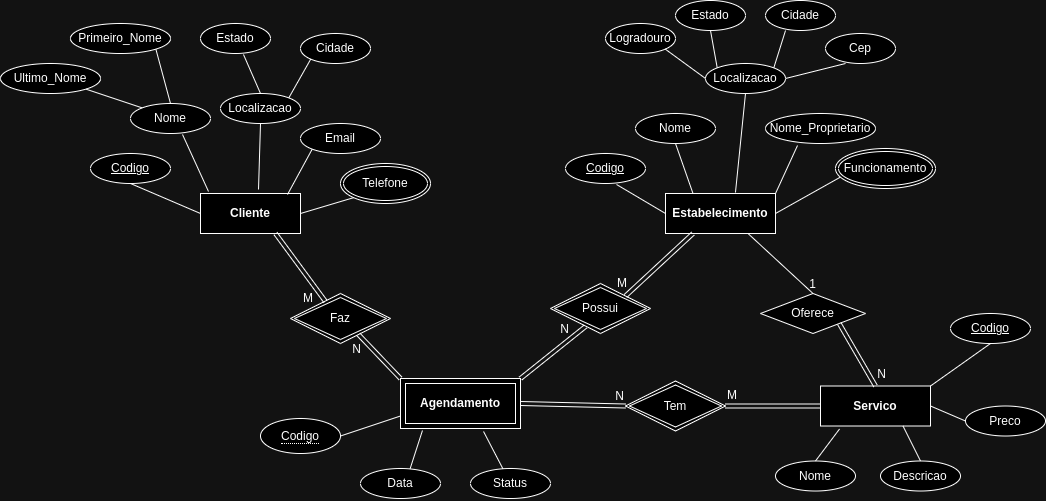
Earlier version of the draw.io export docs/img/barberease-modelo-er.png (ICEI-PUC-Minas-PMV-ADS/pmv-ads-2024-1-e2-proj-int-t9-pmv-ads-2024-1-e2-proj-barberease). Source tidied: cells renumbered, new cells last; positions are measured from the earlier drawing's top-left corner, leaving out a move shared by most shapes. Source of this version:
```xml
<mxGraphModel>
  <root>
    <mxCell id="0" />
    <mxCell id="1" parent="0" />
    <mxCell id="2" value="&lt;b&gt;Cliente&lt;/b&gt;" style="whiteSpace=wrap;html=1;align=center;" parent="1" vertex="1">
      <mxGeometry x="200" y="193" width="100" height="40" as="geometry" />
    </mxCell>
    <mxCell id="3" value="&lt;span style=&quot;font-weight: 700;&quot;&gt;Estabelecimento&lt;/span&gt;" style="whiteSpace=wrap;html=1;align=center;" parent="1" vertex="1">
      <mxGeometry x="665" y="193" width="110" height="40" as="geometry" />
    </mxCell>
    <mxCell id="4" value="&lt;span style=&quot;font-weight: 700;&quot;&gt;Servico&lt;/span&gt;" style="whiteSpace=wrap;html=1;align=center;" parent="1" vertex="1">
      <mxGeometry x="820" y="385.5" width="110" height="40" as="geometry" />
    </mxCell>
    <mxCell id="5" style="endArrow=none;html=1;rounded=0;exitX=0;exitY=0.5;exitDx=0;exitDy=0;entryX=0.5;entryY=1;entryDx=0;entryDy=0;" parent="1" edge="1" source="2" target="7">
      <mxGeometry relative="1" as="geometry" />
    </mxCell>
    <mxCell id="6" value="Nome" style="ellipse;whiteSpace=wrap;html=1;align=center;" parent="1" vertex="1">
      <mxGeometry x="130" y="103" width="80" height="30" as="geometry" />
    </mxCell>
    <mxCell id="7" value="Codigo" style="ellipse;whiteSpace=wrap;html=1;align=center;fontStyle=4;" parent="1" vertex="1">
      <mxGeometry x="90" y="153" width="80" height="30" as="geometry" />
    </mxCell>
    <mxCell id="8" value="Localizacao" style="ellipse;whiteSpace=wrap;html=1;align=center;" parent="1" vertex="1">
      <mxGeometry x="220" y="93" width="80" height="30" as="geometry" />
    </mxCell>
    <mxCell id="9" value="Email" style="ellipse;whiteSpace=wrap;html=1;align=center;" parent="1" vertex="1">
      <mxGeometry x="300" y="123" width="80" height="30" as="geometry" />
    </mxCell>
    <mxCell id="10" value="Cidade" style="ellipse;whiteSpace=wrap;html=1;align=center;" parent="1" vertex="1">
      <mxGeometry x="300" y="33" width="70" height="30" as="geometry" />
    </mxCell>
    <mxCell id="11" value="Estado" style="ellipse;whiteSpace=wrap;html=1;align=center;" parent="1" vertex="1">
      <mxGeometry x="200" y="23" width="70" height="30" as="geometry" />
    </mxCell>
    <mxCell id="12" value="Primeiro_Nome" style="ellipse;whiteSpace=wrap;html=1;align=center;" parent="1" vertex="1">
      <mxGeometry x="70" y="23" width="100" height="30" as="geometry" />
    </mxCell>
    <mxCell id="13" value="Ultimo_Nome" style="ellipse;whiteSpace=wrap;html=1;align=center;" parent="1" vertex="1">
      <mxGeometry y="63" width="100" height="30" as="geometry" />
    </mxCell>
    <mxCell id="14" style="endArrow=none;html=1;rounded=0;entryX=0.65;entryY=1.033;entryDx=0;entryDy=0;exitX=0.08;exitY=-0.05;exitDx=0;exitDy=0;exitPerimeter=0;entryPerimeter=0;" parent="1" edge="1" source="2" target="6">
      <mxGeometry relative="1" as="geometry" />
    </mxCell>
    <mxCell id="15" style="endArrow=none;html=1;rounded=0;exitX=0.58;exitY=-0.1;exitDx=0;exitDy=0;entryX=0.5;entryY=1;entryDx=0;entryDy=0;exitPerimeter=0;" parent="1" edge="1" source="2" target="8">
      <mxGeometry relative="1" as="geometry" />
    </mxCell>
    <mxCell id="16" style="endArrow=none;html=1;rounded=0;exitX=0.87;exitY=0.025;exitDx=0;exitDy=0;entryX=0;entryY=1;entryDx=0;entryDy=0;exitPerimeter=0;" parent="1" edge="1" source="2" target="9">
      <mxGeometry relative="1" as="geometry" />
    </mxCell>
    <mxCell id="17" style="endArrow=none;html=1;rounded=0;exitX=1;exitY=0.5;exitDx=0;exitDy=0;entryX=0;entryY=1;entryDx=0;entryDy=0;" parent="1" edge="1" source="2" target="52">
      <mxGeometry relative="1" as="geometry" />
    </mxCell>
    <mxCell id="18" style="endArrow=none;html=1;rounded=0;exitX=0.5;exitY=0;exitDx=0;exitDy=0;entryX=1;entryY=1;entryDx=0;entryDy=0;" parent="1" edge="1" source="6" target="12">
      <mxGeometry relative="1" as="geometry" />
    </mxCell>
    <mxCell id="19" style="endArrow=none;html=1;rounded=0;exitX=0;exitY=0;exitDx=0;exitDy=0;entryX=1;entryY=1;entryDx=0;entryDy=0;" parent="1" edge="1" source="6" target="13">
      <mxGeometry relative="1" as="geometry" />
    </mxCell>
    <mxCell id="20" style="endArrow=none;html=1;rounded=0;exitX=1;exitY=0;exitDx=0;exitDy=0;entryX=0;entryY=1;entryDx=0;entryDy=0;" parent="1" edge="1" source="8" target="10">
      <mxGeometry relative="1" as="geometry" />
    </mxCell>
    <mxCell id="21" style="endArrow=none;html=1;rounded=0;exitX=0.5;exitY=0;exitDx=0;exitDy=0;entryX=0.614;entryY=1.033;entryDx=0;entryDy=0;entryPerimeter=0;" parent="1" edge="1" source="8" target="11">
      <mxGeometry relative="1" as="geometry" />
    </mxCell>
    <mxCell id="22" style="endArrow=none;html=1;rounded=0;exitX=0;exitY=0.5;exitDx=0;exitDy=0;entryX=0.638;entryY=1.033;entryDx=0;entryDy=0;entryPerimeter=0;" parent="1" edge="1" source="3" target="23">
      <mxGeometry relative="1" as="geometry" />
    </mxCell>
    <mxCell id="23" value="Codigo" style="ellipse;whiteSpace=wrap;html=1;align=center;fontStyle=4;" parent="1" vertex="1">
      <mxGeometry x="565" y="153" width="80" height="30" as="geometry" />
    </mxCell>
    <mxCell id="24" value="Nome" style="ellipse;whiteSpace=wrap;html=1;align=center;" parent="1" vertex="1">
      <mxGeometry x="635" y="113" width="80" height="30" as="geometry" />
    </mxCell>
    <mxCell id="25" value="Nome_Proprietario" style="ellipse;whiteSpace=wrap;html=1;align=center;" parent="1" vertex="1">
      <mxGeometry x="765" y="113" width="110" height="30" as="geometry" />
    </mxCell>
    <mxCell id="26" value="Localizacao" style="ellipse;whiteSpace=wrap;html=1;align=center;" parent="1" vertex="1">
      <mxGeometry x="705" y="63" width="80" height="30" as="geometry" />
    </mxCell>
    <mxCell id="27" value="Cidade" style="ellipse;whiteSpace=wrap;html=1;align=center;" parent="1" vertex="1">
      <mxGeometry x="765" width="70" height="30" as="geometry" />
    </mxCell>
    <mxCell id="28" value="Estado" style="ellipse;whiteSpace=wrap;html=1;align=center;" parent="1" vertex="1">
      <mxGeometry x="675" width="70" height="30" as="geometry" />
    </mxCell>
    <mxCell id="29" style="endArrow=none;html=1;rounded=0;exitX=0.25;exitY=0;exitDx=0;exitDy=0;entryX=0.5;entryY=1;entryDx=0;entryDy=0;" parent="1" edge="1" source="3" target="24">
      <mxGeometry relative="1" as="geometry" />
    </mxCell>
    <mxCell id="30" style="endArrow=none;html=1;rounded=0;entryX=0.5;entryY=1;entryDx=0;entryDy=0;exitX=0.636;exitY=-0.025;exitDx=0;exitDy=0;exitPerimeter=0;" parent="1" edge="1" source="3" target="26">
      <mxGeometry relative="1" as="geometry" />
    </mxCell>
    <mxCell id="31" style="endArrow=none;html=1;rounded=0;exitX=1;exitY=0;exitDx=0;exitDy=0;entryX=0.291;entryY=1.067;entryDx=0;entryDy=0;entryPerimeter=0;" parent="1" edge="1" source="3" target="25">
      <mxGeometry relative="1" as="geometry" />
    </mxCell>
    <mxCell id="32" style="endArrow=none;html=1;rounded=0;exitX=1;exitY=0.5;exitDx=0;exitDy=0;entryX=0.06;entryY=0.7;entryDx=0;entryDy=0;entryPerimeter=0;" parent="1" edge="1" source="3" target="53">
      <mxGeometry relative="1" as="geometry" />
    </mxCell>
    <mxCell id="33" style="endArrow=none;html=1;rounded=0;exitX=1;exitY=0;exitDx=0;exitDy=0;entryX=0.286;entryY=1;entryDx=0;entryDy=0;entryPerimeter=0;" parent="1" edge="1" source="26" target="27">
      <mxGeometry relative="1" as="geometry" />
    </mxCell>
    <mxCell id="34" style="endArrow=none;html=1;rounded=0;exitX=0;exitY=0;exitDx=0;exitDy=0;entryX=0.5;entryY=1;entryDx=0;entryDy=0;" parent="1" edge="1" source="26" target="28">
      <mxGeometry relative="1" as="geometry" />
    </mxCell>
    <mxCell id="35" value="Cep" style="ellipse;whiteSpace=wrap;html=1;align=center;" parent="1" vertex="1">
      <mxGeometry x="825" y="33" width="70" height="30" as="geometry" />
    </mxCell>
    <mxCell id="36" style="endArrow=none;html=1;rounded=0;exitX=1;exitY=0.5;exitDx=0;exitDy=0;entryX=0.286;entryY=1;entryDx=0;entryDy=0;entryPerimeter=0;" parent="1" edge="1" source="26" target="35">
      <mxGeometry relative="1" as="geometry" />
    </mxCell>
    <mxCell id="37" value="Logradouro" style="ellipse;whiteSpace=wrap;html=1;align=center;" parent="1" vertex="1">
      <mxGeometry x="605" y="23" width="70" height="30" as="geometry" />
    </mxCell>
    <mxCell id="38" style="endArrow=none;html=1;rounded=0;exitX=0;exitY=0.5;exitDx=0;exitDy=0;entryX=1;entryY=1;entryDx=0;entryDy=0;" parent="1" edge="1" source="26" target="37">
      <mxGeometry relative="1" as="geometry" />
    </mxCell>
    <mxCell id="39" style="endArrow=none;html=1;rounded=0;exitX=1;exitY=0;exitDx=0;exitDy=0;entryX=0.5;entryY=1;entryDx=0;entryDy=0;" parent="1" edge="1" source="4" target="40">
      <mxGeometry relative="1" as="geometry" />
    </mxCell>
    <mxCell id="40" value="Codigo" style="ellipse;whiteSpace=wrap;html=1;align=center;fontStyle=4;" parent="1" vertex="1">
      <mxGeometry x="950" y="313" width="80" height="30" as="geometry" />
    </mxCell>
    <mxCell id="41" value="Nome" style="ellipse;whiteSpace=wrap;html=1;align=center;" parent="1" vertex="1">
      <mxGeometry x="775" y="460.5" width="80" height="30" as="geometry" />
    </mxCell>
    <mxCell id="42" value="Descricao" style="ellipse;whiteSpace=wrap;html=1;align=center;" parent="1" vertex="1">
      <mxGeometry x="880" y="460.5" width="80" height="30" as="geometry" />
    </mxCell>
    <mxCell id="43" value="Preco" style="ellipse;whiteSpace=wrap;html=1;align=center;" parent="1" vertex="1">
      <mxGeometry x="965" y="405.5" width="80" height="30" as="geometry" />
    </mxCell>
    <mxCell id="44" style="endArrow=none;html=1;rounded=0;exitX=0.173;exitY=1.075;exitDx=0;exitDy=0;entryX=0.5;entryY=0;entryDx=0;entryDy=0;exitPerimeter=0;" parent="1" edge="1" source="4" target="41">
      <mxGeometry relative="1" as="geometry" />
    </mxCell>
    <mxCell id="45" style="endArrow=none;html=1;rounded=0;exitX=0.75;exitY=1;exitDx=0;exitDy=0;entryX=0.5;entryY=0;entryDx=0;entryDy=0;" parent="1" edge="1" source="4" target="42">
      <mxGeometry relative="1" as="geometry" />
    </mxCell>
    <mxCell id="46" style="endArrow=none;html=1;rounded=0;exitX=1;exitY=0.5;exitDx=0;exitDy=0;entryX=0;entryY=0.5;entryDx=0;entryDy=0;" parent="1" edge="1" source="4" target="43">
      <mxGeometry relative="1" as="geometry" />
    </mxCell>
    <mxCell id="47" style="endArrow=none;html=1;rounded=0;exitX=0;exitY=0.75;exitDx=0;exitDy=0;entryX=1;entryY=0.5;entryDx=0;entryDy=0;" parent="1" edge="1" source="54" target="55">
      <mxGeometry relative="1" as="geometry" />
    </mxCell>
    <mxCell id="48" style="endArrow=none;html=1;rounded=0;exitX=0.183;exitY=1.04;exitDx=0;exitDy=0;entryX=0.5;entryY=1;entryDx=0;entryDy=0;exitPerimeter=0;" parent="1" edge="1" source="54" target="49">
      <mxGeometry relative="1" as="geometry" />
    </mxCell>
    <mxCell id="49" value="Data" style="ellipse;whiteSpace=wrap;html=1;align=center;" parent="1" vertex="1">
      <mxGeometry x="360" y="468" width="80" height="30" as="geometry" />
    </mxCell>
    <mxCell id="50" value="Status" style="ellipse;whiteSpace=wrap;html=1;align=center;" parent="1" vertex="1">
      <mxGeometry x="470" y="468" width="80" height="30" as="geometry" />
    </mxCell>
    <mxCell id="51" style="endArrow=none;html=1;rounded=0;exitX=0.692;exitY=1.06;exitDx=0;exitDy=0;exitPerimeter=0;" parent="1" edge="1" source="54" target="50">
      <mxGeometry relative="1" as="geometry" />
    </mxCell>
    <mxCell id="52" value="Telefone" style="ellipse;shape=doubleEllipse;margin=3;whiteSpace=wrap;html=1;align=center;" parent="1" vertex="1">
      <mxGeometry x="340" y="163" width="90" height="40" as="geometry" />
    </mxCell>
    <mxCell id="53" value="Funcionamento" style="ellipse;shape=doubleEllipse;margin=3;whiteSpace=wrap;html=1;align=center;" parent="1" vertex="1">
      <mxGeometry x="835" y="148" width="100" height="40" as="geometry" />
    </mxCell>
    <mxCell id="54" value="&lt;span style=&quot;font-weight: 700;&quot;&gt;Agendamento&lt;/span&gt;" style="shape=ext;margin=3;double=1;whiteSpace=wrap;html=1;align=center;" parent="1" vertex="1">
      <mxGeometry x="400" y="378" width="120" height="50" as="geometry" />
    </mxCell>
    <mxCell id="55" value="&lt;span style=&quot;border-bottom: 1px dotted&quot;&gt;Codigo&lt;/span&gt;" style="ellipse;whiteSpace=wrap;html=1;align=center;" parent="1" vertex="1">
      <mxGeometry x="260" y="418" width="80" height="35" as="geometry" />
    </mxCell>
    <mxCell id="56" value="Faz" style="shape=rhombus;double=1;perimeter=rhombusPerimeter;whiteSpace=wrap;html=1;align=center;" parent="1" vertex="1">
      <mxGeometry x="290" y="293" width="100" height="50" as="geometry" />
    </mxCell>
    <mxCell id="57" value="Possui" style="shape=rhombus;double=1;perimeter=rhombusPerimeter;whiteSpace=wrap;html=1;align=center;" parent="1" vertex="1">
      <mxGeometry x="550" y="283" width="100" height="50" as="geometry" />
    </mxCell>
    <mxCell id="58" value="Oferece" style="shape=rhombus;perimeter=rhombusPerimeter;whiteSpace=wrap;html=1;align=center;" parent="1" vertex="1">
      <mxGeometry x="760" y="293" width="105" height="40" as="geometry" />
    </mxCell>
    <mxCell id="59" style="shape=link;html=1;rounded=0;exitX=0.75;exitY=1;exitDx=0;exitDy=0;entryX=0.35;entryY=0.16;entryDx=0;entryDy=0;entryPerimeter=0;" parent="1" edge="1" source="2" target="56">
      <mxGeometry relative="1" as="geometry" />
    </mxCell>
    <mxCell id="60" value="M" style="html=1;whiteSpace=wrap;align=right;verticalAlign=bottom;" parent="59" vertex="1">
      <mxGeometry x="1" relative="1" as="geometry">
        <mxPoint x="-12" y="4" as="offset" />
      </mxGeometry>
    </mxCell>
    <mxCell id="61" style="shape=link;html=1;rounded=0;exitX=0.68;exitY=0.82;exitDx=0;exitDy=0;entryX=0;entryY=0;entryDx=0;entryDy=0;exitPerimeter=0;" parent="1" edge="1" source="56" target="54">
      <mxGeometry relative="1" as="geometry" />
    </mxCell>
    <mxCell id="62" value="N" style="html=1;whiteSpace=wrap;align=right;verticalAlign=bottom;" parent="61" vertex="1">
      <mxGeometry x="1" relative="1" as="geometry">
        <mxPoint x="-38" y="-21" as="offset" />
      </mxGeometry>
    </mxCell>
    <mxCell id="63" style="shape=link;html=1;rounded=0;exitX=0.25;exitY=1;exitDx=0;exitDy=0;entryX=1;entryY=0;entryDx=0;entryDy=0;" parent="1" edge="1" source="3" target="57">
      <mxGeometry relative="1" as="geometry" />
    </mxCell>
    <mxCell id="64" value="M" style="html=1;whiteSpace=wrap;align=right;verticalAlign=bottom;" parent="63" vertex="1">
      <mxGeometry x="1" relative="1" as="geometry">
        <mxPoint x="2" y="-5" as="offset" />
      </mxGeometry>
    </mxCell>
    <mxCell id="65" style="shape=link;html=1;rounded=0;exitX=0.35;exitY=0.86;exitDx=0;exitDy=0;entryX=1;entryY=0;entryDx=0;entryDy=0;exitPerimeter=0;" parent="1" edge="1" source="57" target="54">
      <mxGeometry relative="1" as="geometry" />
    </mxCell>
    <mxCell id="66" value="N" style="html=1;whiteSpace=wrap;align=right;verticalAlign=bottom;" parent="65" vertex="1">
      <mxGeometry x="1" relative="1" as="geometry">
        <mxPoint x="49" y="-42" as="offset" />
      </mxGeometry>
    </mxCell>
    <mxCell id="67" style="endArrow=none;html=1;rounded=0;exitX=0.75;exitY=1;exitDx=0;exitDy=0;entryX=0.5;entryY=0;entryDx=0;entryDy=0;" parent="1" edge="1" source="3" target="58">
      <mxGeometry relative="1" as="geometry" />
    </mxCell>
    <mxCell id="68" value="1" style="html=1;whiteSpace=wrap;align=right;verticalAlign=bottom;" parent="67" vertex="1">
      <mxGeometry x="1" relative="1" as="geometry">
        <mxPoint x="4" y="-2" as="offset" />
      </mxGeometry>
    </mxCell>
    <mxCell id="69" style="shape=link;html=1;rounded=0;exitX=1;exitY=1;exitDx=0;exitDy=0;entryX=0.5;entryY=0;entryDx=0;entryDy=0;" parent="1" edge="1" source="58" target="4">
      <mxGeometry relative="1" as="geometry" />
    </mxCell>
    <mxCell id="70" value="N" style="html=1;whiteSpace=wrap;align=right;verticalAlign=bottom;" parent="69" vertex="1">
      <mxGeometry x="1" relative="1" as="geometry">
        <mxPoint x="12" y="-4" as="offset" />
      </mxGeometry>
    </mxCell>
    <mxCell id="71" value="Tem" style="shape=rhombus;double=1;perimeter=rhombusPerimeter;whiteSpace=wrap;html=1;align=center;" parent="1" vertex="1">
      <mxGeometry x="625" y="380.5" width="100" height="50" as="geometry" />
    </mxCell>
    <mxCell id="72" style="shape=link;html=1;rounded=0;exitX=0;exitY=0.5;exitDx=0;exitDy=0;entryX=1;entryY=0.5;entryDx=0;entryDy=0;" parent="1" edge="1" source="71" target="54">
      <mxGeometry relative="1" as="geometry" />
    </mxCell>
    <mxCell id="73" value="N" style="html=1;whiteSpace=wrap;align=right;verticalAlign=bottom;" parent="72" vertex="1">
      <mxGeometry x="1" relative="1" as="geometry">
        <mxPoint x="104" as="offset" />
      </mxGeometry>
    </mxCell>
    <mxCell id="74" style="shape=link;html=1;rounded=0;exitX=0;exitY=0.5;exitDx=0;exitDy=0;entryX=1;entryY=0.5;entryDx=0;entryDy=0;" parent="1" edge="1" source="4" target="71">
      <mxGeometry relative="1" as="geometry" />
    </mxCell>
    <mxCell id="75" value="M" style="html=1;whiteSpace=wrap;align=right;verticalAlign=bottom;" parent="74" vertex="1">
      <mxGeometry x="1" relative="1" as="geometry">
        <mxPoint x="12" y="-3" as="offset" />
      </mxGeometry>
    </mxCell>
  </root>
</mxGraphModel>
```
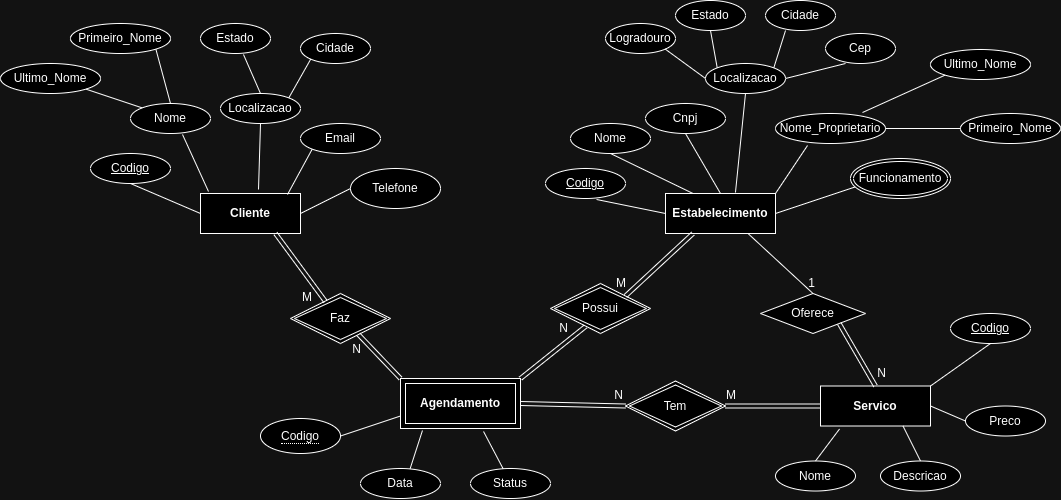
The same diagram one commit later.

The edit, as a diff of the source:
```diff
@@ -47,7 +47,7 @@
     <mxCell id="16" style="endArrow=none;html=1;rounded=0;exitX=0.87;exitY=0.025;exitDx=0;exitDy=0;entryX=0;entryY=1;entryDx=0;entryDy=0;exitPerimeter=0;" parent="1" edge="1" source="2" target="9">
       <mxGeometry relative="1" as="geometry" />
     </mxCell>
-    <mxCell id="17" style="endArrow=none;html=1;rounded=0;exitX=1;exitY=0.5;exitDx=0;exitDy=0;entryX=0;entryY=1;entryDx=0;entryDy=0;" parent="1" edge="1" source="2" target="52">
+    <mxCell id="17" style="endArrow=none;html=1;rounded=0;exitX=1;exitY=0.5;exitDx=0;exitDy=0;entryX=0;entryY=0.5;entryDx=0;entryDy=0;" parent="1" edge="1" source="2" target="52">
       <mxGeometry relative="1" as="geometry" />
     </mxCell>
     <mxCell id="18" style="endArrow=none;html=1;rounded=0;exitX=0.5;exitY=0;exitDx=0;exitDy=0;entryX=1;entryY=1;entryDx=0;entryDy=0;" parent="1" edge="1" source="6" target="12">
@@ -66,13 +66,13 @@
       <mxGeometry relative="1" as="geometry" />
     </mxCell>
     <mxCell id="23" value="Codigo" style="ellipse;whiteSpace=wrap;html=1;align=center;fontStyle=4;" parent="1" vertex="1">
-      <mxGeometry x="565" y="153" width="80" height="30" as="geometry" />
+      <mxGeometry x="545" y="168" width="80" height="30" as="geometry" />
     </mxCell>
     <mxCell id="24" value="Nome" style="ellipse;whiteSpace=wrap;html=1;align=center;" parent="1" vertex="1">
-      <mxGeometry x="635" y="113" width="80" height="30" as="geometry" />
+      <mxGeometry x="570" y="123" width="80" height="30" as="geometry" />
     </mxCell>
     <mxCell id="25" value="Nome_Proprietario" style="ellipse;whiteSpace=wrap;html=1;align=center;" parent="1" vertex="1">
-      <mxGeometry x="765" y="113" width="110" height="30" as="geometry" />
+      <mxGeometry x="775" y="113" width="110" height="30" as="geometry" />
     </mxCell>
     <mxCell id="26" value="Localizacao" style="ellipse;whiteSpace=wrap;html=1;align=center;" parent="1" vertex="1">
       <mxGeometry x="705" y="63" width="80" height="30" as="geometry" />
@@ -152,11 +152,8 @@
     <mxCell id="51" style="endArrow=none;html=1;rounded=0;exitX=0.692;exitY=1.06;exitDx=0;exitDy=0;exitPerimeter=0;" parent="1" edge="1" source="54" target="50">
       <mxGeometry relative="1" as="geometry" />
     </mxCell>
-    <mxCell id="52" value="Telefone" style="ellipse;shape=doubleEllipse;margin=3;whiteSpace=wrap;html=1;align=center;" parent="1" vertex="1">
-      <mxGeometry x="340" y="163" width="90" height="40" as="geometry" />
-    </mxCell>
     <mxCell id="53" value="Funcionamento" style="ellipse;shape=doubleEllipse;margin=3;whiteSpace=wrap;html=1;align=center;" parent="1" vertex="1">
-      <mxGeometry x="835" y="148" width="100" height="40" as="geometry" />
+      <mxGeometry x="850" y="158" width="100" height="40" as="geometry" />
     </mxCell>
     <mxCell id="54" value="&lt;span style=&quot;font-weight: 700;&quot;&gt;Agendamento&lt;/span&gt;" style="shape=ext;margin=3;double=1;whiteSpace=wrap;html=1;align=center;" parent="1" vertex="1">
       <mxGeometry x="400" y="378" width="120" height="50" as="geometry" />
@@ -240,5 +237,26 @@
         <mxPoint x="12" y="-3" as="offset" />
       </mxGeometry>
     </mxCell>
+    <mxCell id="76" value="Cnpj" style="ellipse;whiteSpace=wrap;html=1;align=center;" parent="1" vertex="1">
+      <mxGeometry x="645" y="103" width="80" height="30" as="geometry" />
+    </mxCell>
+    <mxCell id="77" style="endArrow=none;html=1;rounded=0;exitX=0.5;exitY=0;exitDx=0;exitDy=0;entryX=0.5;entryY=1;entryDx=0;entryDy=0;" parent="1" edge="1" source="3" target="76">
+      <mxGeometry relative="1" as="geometry" />
+    </mxCell>
+    <mxCell id="78" value="Primeiro_Nome" style="ellipse;whiteSpace=wrap;html=1;align=center;" parent="1" vertex="1">
+      <mxGeometry x="960" y="113" width="100" height="30" as="geometry" />
+    </mxCell>
+    <mxCell id="79" value="Ultimo_Nome" style="ellipse;whiteSpace=wrap;html=1;align=center;" parent="1" vertex="1">
+      <mxGeometry x="930" y="49" width="100" height="30" as="geometry" />
+    </mxCell>
+    <mxCell id="80" style="endArrow=none;html=1;rounded=0;exitX=1;exitY=0.5;exitDx=0;exitDy=0;entryX=0;entryY=0.5;entryDx=0;entryDy=0;" parent="1" edge="1" source="25" target="78">
+      <mxGeometry relative="1" as="geometry" />
+    </mxCell>
+    <mxCell id="81" style="endArrow=none;html=1;rounded=0;exitX=0.791;exitY=-0.033;exitDx=0;exitDy=0;entryX=0;entryY=1;entryDx=0;entryDy=0;exitPerimeter=0;" parent="1" edge="1" source="25" target="79">
+      <mxGeometry relative="1" as="geometry" />
+    </mxCell>
+    <mxCell id="52" value="Telefone" style="ellipse;whiteSpace=wrap;html=1;align=center;" parent="1" vertex="1">
+      <mxGeometry x="350" y="168" width="90" height="40" as="geometry" />
+    </mxCell>
   </root>
 </mxGraphModel>
```
